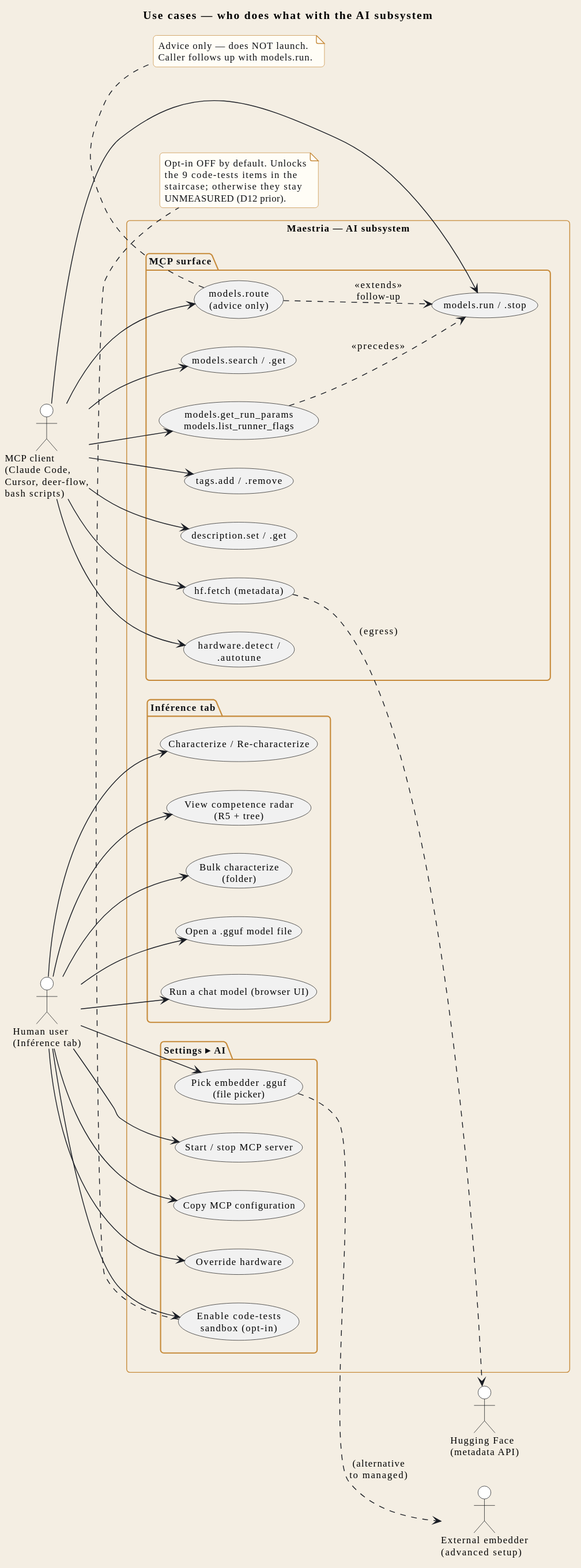
Above: docs/en/svg/usecase-users.svg in Syphys/maestria (PlantUML), before the change.
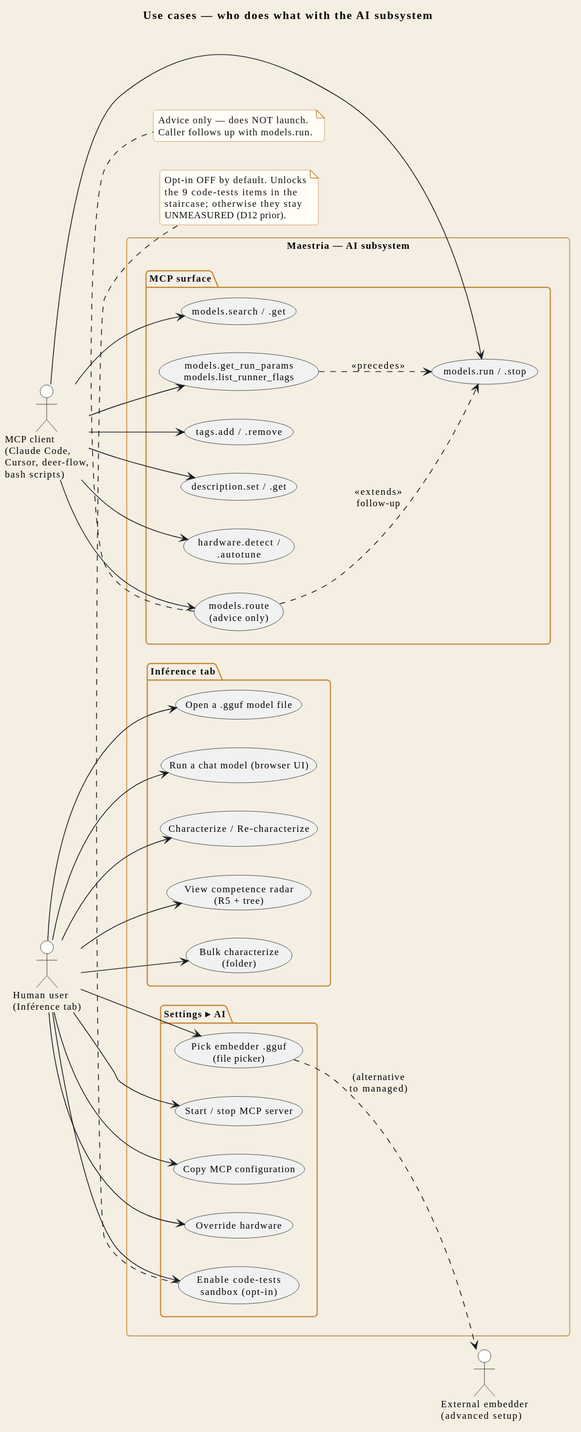
After the change.

The edit, as a diff of the source:
```diff
@@ -2,36 +2,35 @@
 !include ../_includes/style.iuml
 !include ../_includes/usecase/actors.iuml
 
-title Use cases — who does what with the AI subsystem
+title STR_UCU_TITLE
 
 left to right direction
 
-rectangle "Maestria — AI subsystem" {
+rectangle "STR_UCU_RECT_LABEL" {
 
-  package "Inférence tab" as UC_UI {
-    usecase "Open a .gguf model file" as UC_OPEN
-    usecase "Run a chat model (browser UI)" as UC_RUN
-    usecase "Characterize / Re-characterize" as UC_CH
-    usecase "View competence radar\n(R5 + tree)" as UC_RADAR
-    usecase "Bulk characterize\n(folder)" as UC_BULK
+  package "STR_UCU_PKG_UI" as UC_UI {
+    usecase "STR_UCU_OPEN" as UC_OPEN
+    usecase "STR_UCU_RUN" as UC_RUN
+    usecase "STR_UCU_CH" as UC_CH
+    usecase "STR_UCU_RADAR" as UC_RADAR
+    usecase "STR_UCU_BULK" as UC_BULK
   }
 
-  package "Settings ▸ AI" as UC_SET {
-    usecase "Pick embedder .gguf\n(file picker)" as UC_PICK_EMB
-    usecase "Enable code-tests\nsandbox (opt-in)" as UC_OPT_SBX
-    usecase "Start / stop MCP server" as UC_MCP
-    usecase "Copy MCP configuration" as UC_COPY_CFG
+  package "STR_UCU_PKG_SET" as UC_SET {
+    usecase "STR_UCU_PICK_EMB" as UC_PICK_EMB
+    usecase "STR_UCU_OPT_SBX" as UC_OPT_SBX
+    usecase "STR_UCU_MCP" as UC_MCP
+    usecase "STR_UCU_COPY_CFG" as UC_COPY_CFG
     usecase "Override hardware" as UC_HW
   }
 
-  package "MCP surface" as UC_MCP_SURF {
+  package "STR_UCU_PKG_MCP_SURF" as UC_MCP_SURF {
     usecase "models.search / .get" as UC_SEARCH
     usecase "models.run / .stop" as UC_MRUN
-    usecase "models.route\n(advice only)" as UC_ROUTE
+    usecase "STR_UCU_ROUTE" as UC_ROUTE
     usecase "models.get_run_params\nmodels.list_runner_flags" as UC_INSPECT
     usecase "tags.add / .remove" as UC_TAGS
     usecase "description.set / .get" as UC_DESC
-    usecase "hf.fetch (metadata)" as UC_FETCH
     usecase "hardware.detect /\n.autotune" as UC_HW_TOOL
   }
 }
@@ -53,23 +52,21 @@
 A_MCP_CLI --> UC_INSPECT
 A_MCP_CLI --> UC_TAGS
 A_MCP_CLI --> UC_DESC
-A_MCP_CLI --> UC_FETCH
 A_MCP_CLI --> UC_HW_TOOL
 
-UC_FETCH ..> A_HF : (egress)
-UC_PICK_EMB ..> A_EXT_EMB : (alternative\nto managed)
-UC_ROUTE ..> UC_MRUN : <<extends>>\nfollow-up
+UC_PICK_EMB ..> A_EXT_EMB : STR_UCU_REL_ALT
+UC_ROUTE ..> UC_MRUN : STR_UCU_REL_EXTENDS
 UC_INSPECT ..> UC_MRUN : <<precedes>>
 
 note bottom of UC_OPT_SBX
-  Opt-in OFF by default. Unlocks
-  the 9 code-tests items in the
-  staircase; otherwise they stay
-  UNMEASURED (D12 prior).
+  STR_UCU_NOTE_SBX_L1
+  STR_UCU_NOTE_SBX_L2
+  STR_UCU_NOTE_SBX_L3
+  STR_UCU_NOTE_SBX_L4
 end note
 
 note bottom of UC_ROUTE
-  Advice only — does NOT launch.
-  Caller follows up with models.run.
+  STR_UCU_NOTE_ROUTE_L1
+  STR_UCU_NOTE_ROUTE_L2
 end note
 @enduml
```
